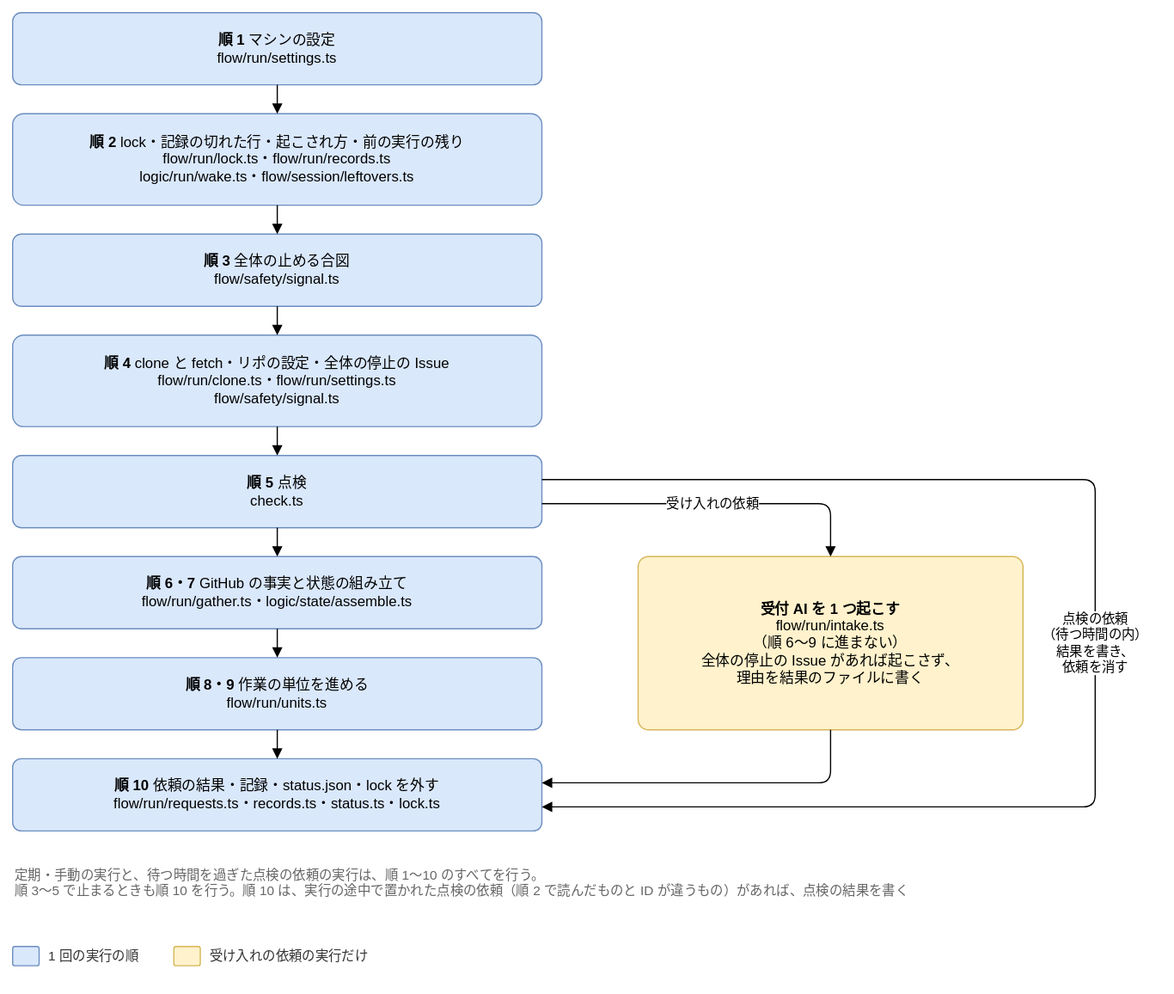
The draw.io diagram docs/design/detailed/diagrams/08-run.drawio.svg in Joymerrevent/dev-autopilot, before a commit. Source tidied: cells renumbered, new cells last; positions are measured from the earlier drawing's top-left corner, leaving out a move shared by most shapes.
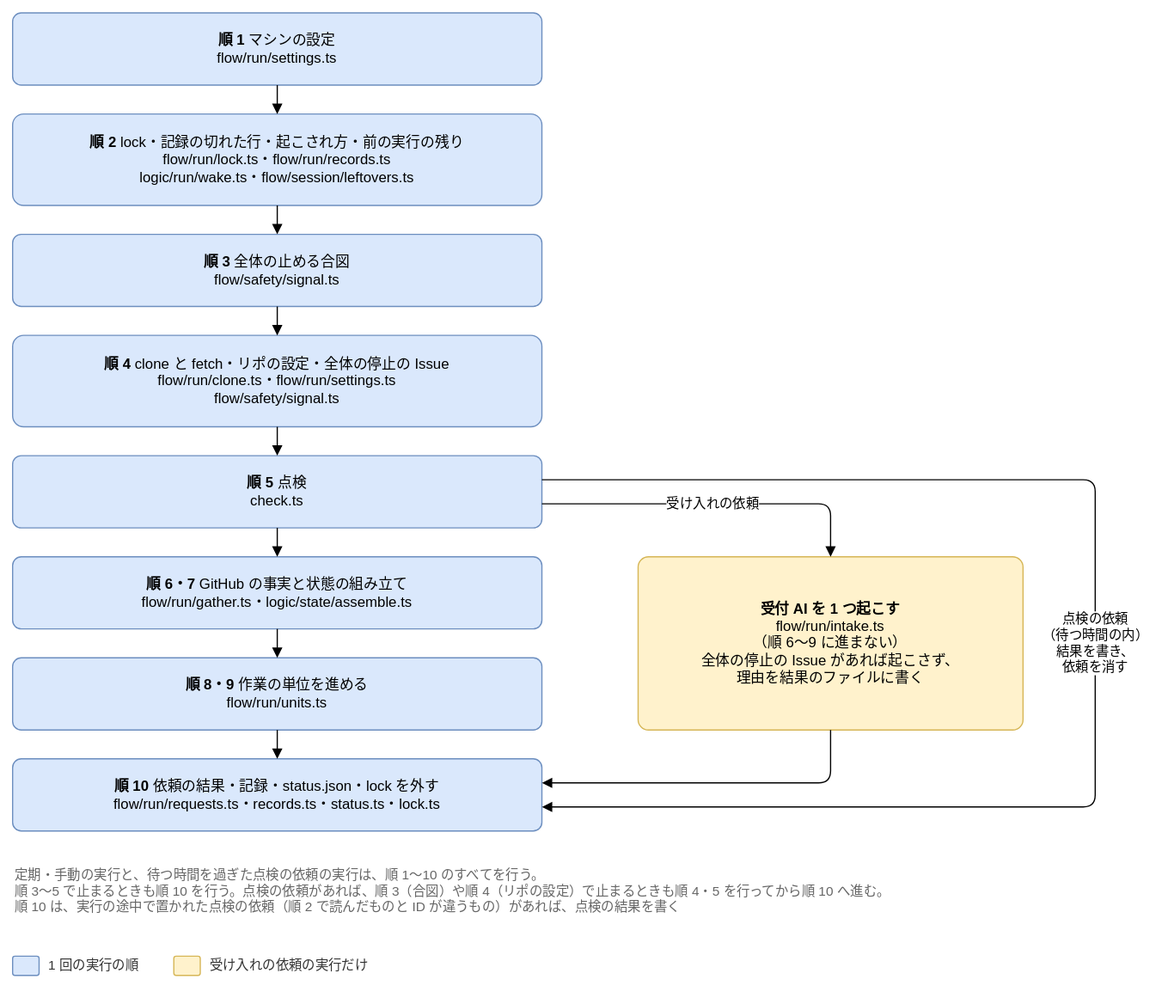
After the change.

Commit message:
docs(design): 08 の図の注と作業の単位を終える条件を、再レビューの直しに合わせる

08-flow.md の再レビューの直しを、図 08-run と 08-units に写す。

- 08-run の note：点検の依頼があれば、順 3・4 で止まるときも順 4・5 を行う（H-2）
- 08-units の end：同じ実行で行った工程の記号をまた選んだ（H-3）、失敗が上限の
  回数なら停止中にしてから終える（M-25）

Claude-Session: https://claude.ai/code/session_01LvmXQN14Y95msvojZ6hWNP

Change to the diagram source:
```diff
@@ -72,20 +72,20 @@
         </Array>
       </mxGeometry>
     </mxCell>
-    <mxCell id="21" value="定期・手動の実行と、待つ時間を過ぎた点検の依頼の実行は、順 1〜10 のすべてを行う。&lt;br&gt;順 3〜5 で止まるときも順 10 を行う。順 10 は、実行の途中で置かれた点検の依頼（順 2 で読んだものと ID が違うもの）があれば、点検の結果を書く" style="text;html=1;whiteSpace=wrap;align=left;verticalAlign=top;fontSize=11;fontColor=#666666;" parent="1" vertex="1">
-      <mxGeometry y="704" width="920" height="56" as="geometry" />
+    <mxCell id="21" value="定期・手動の実行と、待つ時間を過ぎた点検の依頼の実行は、順 1〜10 のすべてを行う。&lt;br&gt;順 3〜5 で止まるときも順 10 を行う。点検の依頼があれば、順 3（合図）や順 4（リポの設定）で止まるときも順 4・5 を行ってから順 10 へ進む。&lt;br&gt;順 10 は、実行の途中で置かれた点検の依頼（順 2 で読んだものと ID が違うもの）があれば、点検の結果を書く" style="text;html=1;whiteSpace=wrap;align=left;verticalAlign=top;fontSize=11;fontColor=#666666;" parent="1" vertex="1">
+      <mxGeometry y="704" width="920" height="64" as="geometry" />
     </mxCell>
     <mxCell id="22" style="rounded=1;whiteSpace=wrap;html=1;fontSize=12;arcSize=12;spacing=12;fillColor=#dae8fc;strokeColor=#6c8ebf;" parent="1" vertex="1">
-      <mxGeometry y="776" width="22" height="16" as="geometry" />
+      <mxGeometry y="784" width="22" height="16" as="geometry" />
     </mxCell>
     <mxCell id="23" value="1 回の実行の順" style="text;html=1;align=left;verticalAlign=middle;fontSize=11;fontColor=#333333;" parent="1" vertex="1">
-      <mxGeometry x="28" y="774" width="90" height="20" as="geometry" />
+      <mxGeometry x="28" y="782" width="90" height="20" as="geometry" />
     </mxCell>
     <mxCell id="24" style="rounded=1;whiteSpace=wrap;html=1;fontSize=12;arcSize=12;spacing=12;fillColor=#fff2cc;strokeColor=#d6b656;" parent="1" vertex="1">
-      <mxGeometry x="134" y="776" width="22" height="16" as="geometry" />
+      <mxGeometry x="134" y="784" width="22" height="16" as="geometry" />
     </mxCell>
     <mxCell id="25" value="受け入れの依頼の実行だけ" style="text;html=1;align=left;verticalAlign=middle;fontSize=11;fontColor=#333333;" parent="1" vertex="1">
-      <mxGeometry x="162" y="774" width="150" height="20" as="geometry" />
+      <mxGeometry x="162" y="782" width="150" height="20" as="geometry" />
     </mxCell>
   </root>
 </mxGraphModel>
```
